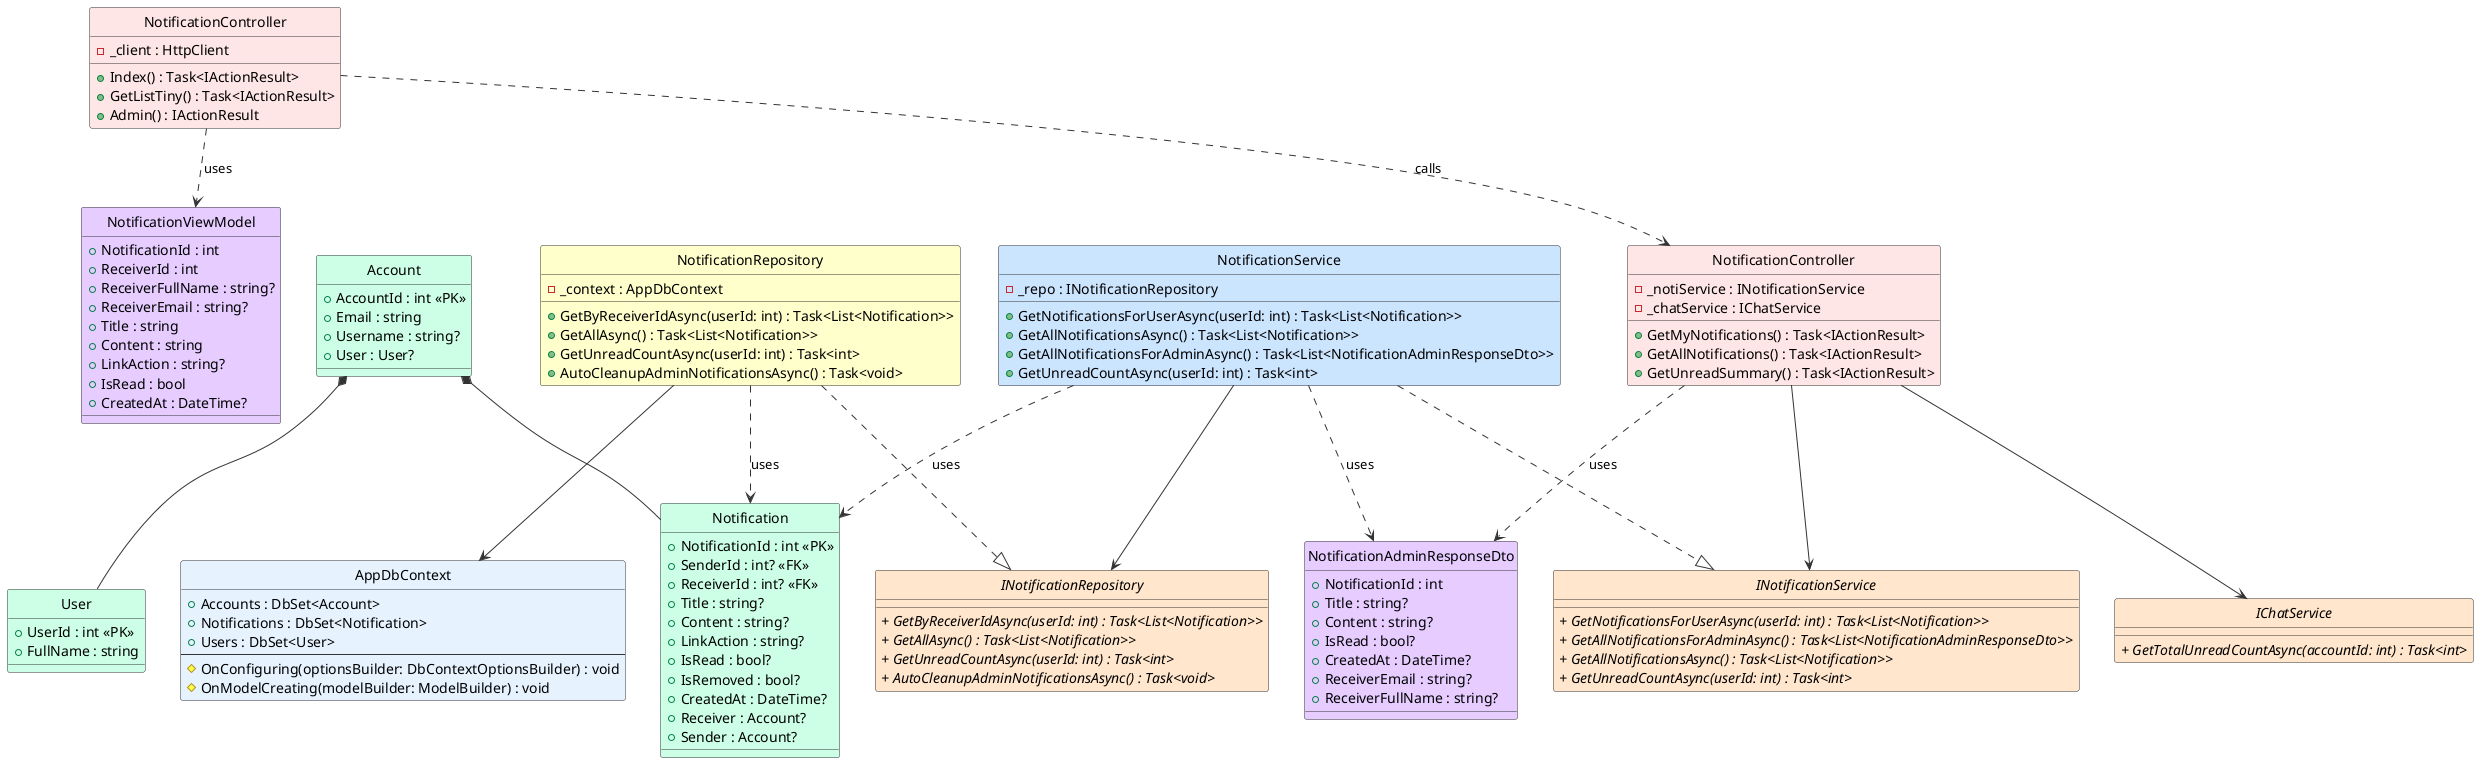
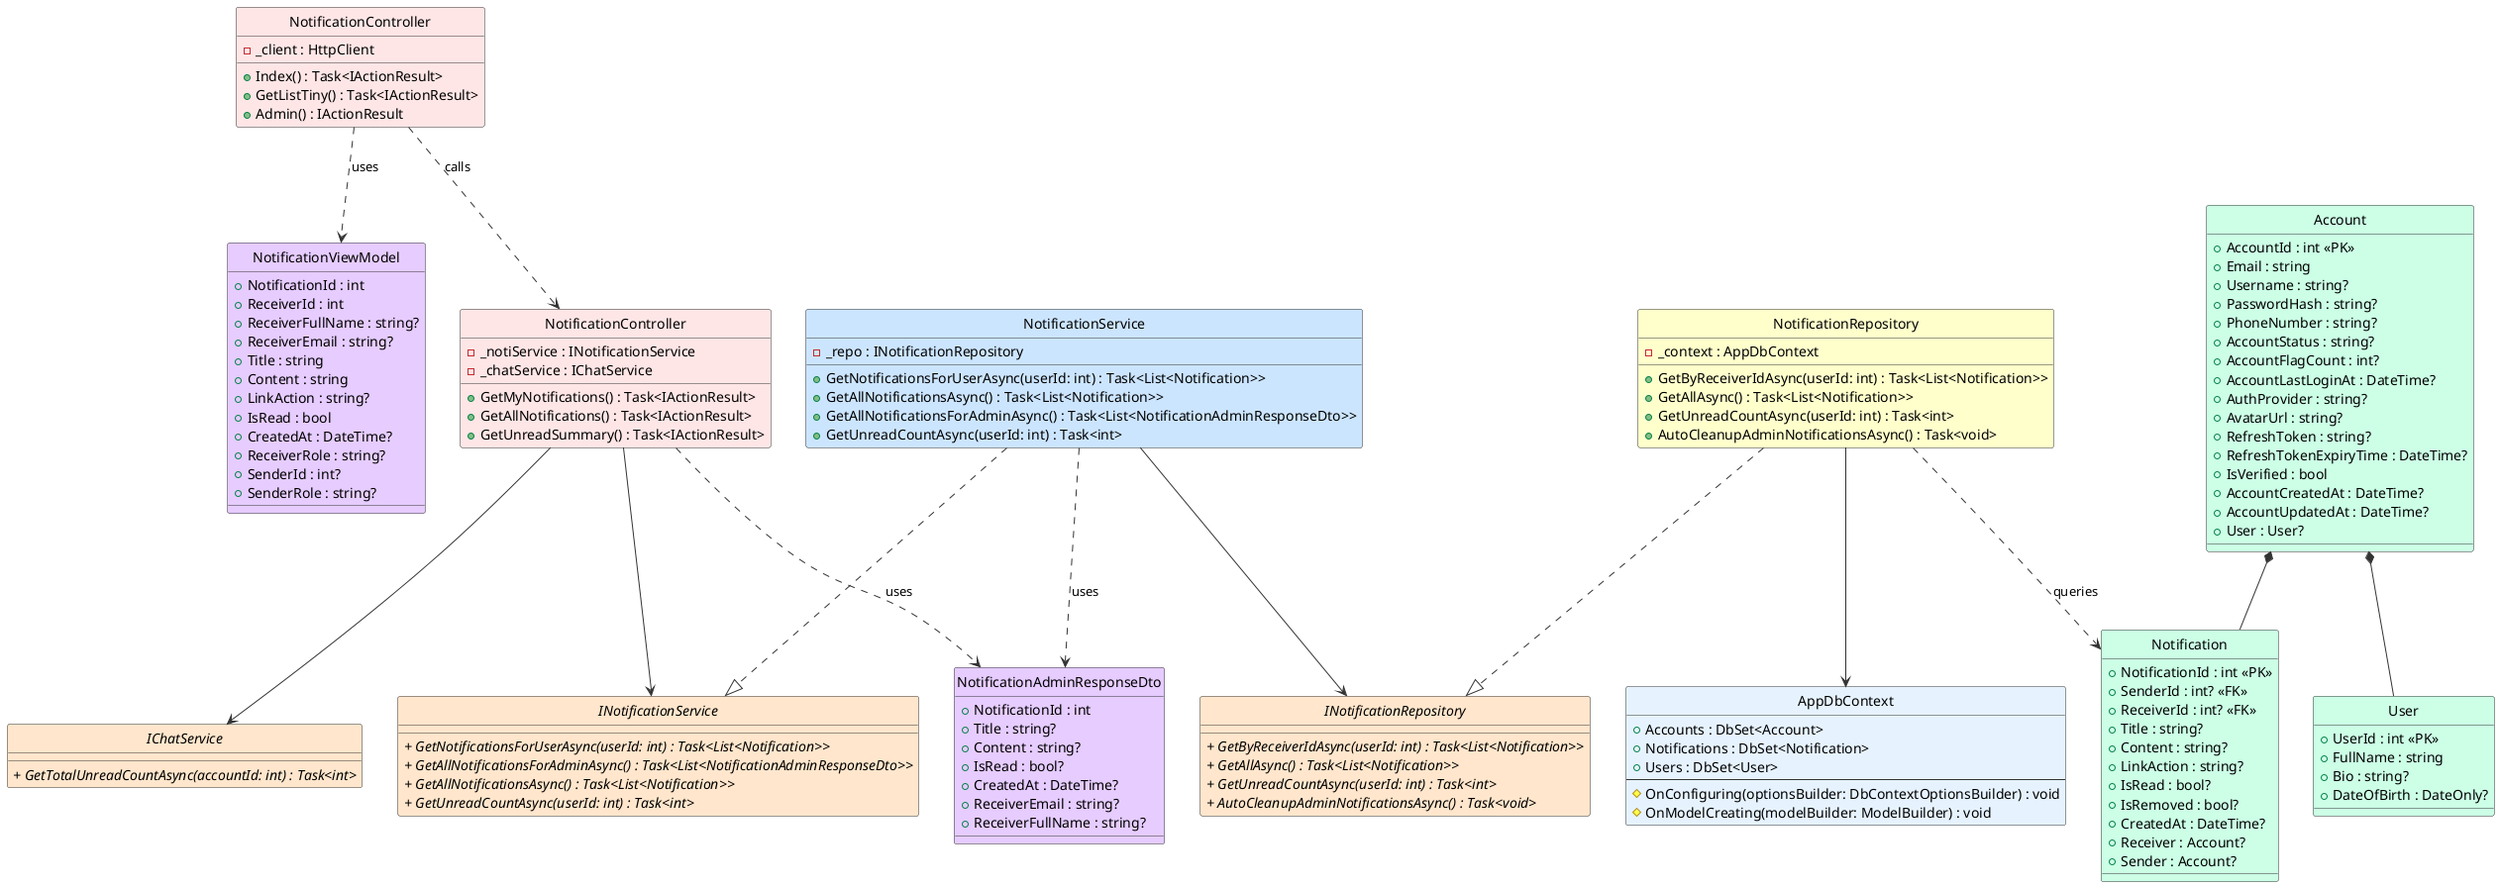
@startuml ViewSystemNotificationList_ClassDiagram

' Styling & Settings
skinparam style strictuml
skinparam shadowing false
skinparam class {
    BackgroundColor White
    BorderColor #1A73E8
    ArrowColor #5F6368
}

!define ABSTRACT_COLOR #FFE6CC
!define SERVICE_COLOR #CCE5FF
!define DTO_COLOR #E6CCFF
!define ENTITY_COLOR #CCFFE6
!define REPOSITORY_COLOR #FFFFCC
!define CONTROLLER_COLOR #FFE6E6
+ !define DbContext #E6F3FF

skinparam backgroundColor #FFFFFF
skinparam classBackgroundColor #F9F9F9
skinparam classBorderColor #333333
skinparam arrowColor #333333

' ==================== FRONTEND ====================

class "NotificationController" as FENotificationController #FFE6E6 {
    - _client : HttpClient
- 
    + Index() : Task<IActionResult>
    + GetListTiny() : Task<IActionResult>
    + Admin() : IActionResult
}

class NotificationViewModel #E6CCFF {
    + NotificationId : int
    + ReceiverId : int
    + ReceiverFullName : string?
    + ReceiverEmail : string?
    + Title : string
    + Content : string
    + LinkAction : string?
    + IsRead : bool
    + CreatedAt : DateTime?
+     + ReceiverRole : string?
+     + SenderId : int?
+     + SenderRole : string?
}

' ==================== BACKEND - CONTROLLER ====================

class "NotificationController" as BENotificationController #FFE6E6 {
    - _notiService : INotificationService
    - _chatService : IChatService
- 
    + GetMyNotifications() : Task<IActionResult>
    + GetAllNotifications() : Task<IActionResult>
    + GetUnreadSummary() : Task<IActionResult>
}

' ==================== BACKEND - DTOs ====================

class NotificationAdminResponseDto #E6CCFF {
    + NotificationId : int
    + Title : string?
    + Content : string?
    + IsRead : bool?
    + CreatedAt : DateTime?
    + ReceiverEmail : string?
    + ReceiverFullName : string?
}

' ==================== BACKEND - DOMAIN ENTITIES ====================

class Notification #CCFFE6 {
    + NotificationId : int <<PK>>
    + SenderId : int? <<FK>>
    + ReceiverId : int? <<FK>>
    + Title : string?
    + Content : string?
    + LinkAction : string?
    + IsRead : bool?
    + IsRemoved : bool?
    + CreatedAt : DateTime?
    + Receiver : Account?
    + Sender : Account?
}

class Account #CCFFE6 {
    + AccountId : int <<PK>>
    + Email : string
    + Username : string?
+     + PasswordHash : string?
+     + PhoneNumber : string?
+     + AccountStatus : string?
+     + AccountFlagCount : int?
+     + AccountLastLoginAt : DateTime?
+     + AuthProvider : string?
+     + AvatarUrl : string?
+     + RefreshToken : string?
+     + RefreshTokenExpiryTime : DateTime?
+     + IsVerified : bool
+     + AccountCreatedAt : DateTime?
+     + AccountUpdatedAt : DateTime?
    + User : User?
}

class User #CCFFE6 {
    + UserId : int <<PK>>
    + FullName : string
+     + Bio : string?
+     + DateOfBirth : DateOnly?
}

' ==================== BACKEND - SERVICE INTERFACES ====================

interface INotificationService #FFE6CC {
    //+ GetNotificationsForUserAsync(userId: int) : Task<List<Notification>>//
    //+ GetAllNotificationsForAdminAsync() : Task<List<NotificationAdminResponseDto>>//
    //+ GetAllNotificationsAsync() : Task<List<Notification>>//
    //+ GetUnreadCountAsync(userId: int) : Task<int>//
}

interface IChatService #FFE6CC {
    //+ GetTotalUnreadCountAsync(accountId: int) : Task<int>//
}

' ==================== BACKEND - REPOSITORY INTERFACES ====================

interface INotificationRepository #FFE6CC {
    //+ GetByReceiverIdAsync(userId: int) : Task<List<Notification>>//
    //+ GetAllAsync() : Task<List<Notification>>//
    //+ GetUnreadCountAsync(userId: int) : Task<int>//
    //+ AutoCleanupAdminNotificationsAsync() : Task<void>//
}

' ==================== BACKEND - SERVICE IMPLEMENTATION ====================

class NotificationService #CCE5FF {
    - _repo : INotificationRepository
- 
    + GetNotificationsForUserAsync(userId: int) : Task<List<Notification>>
    + GetAllNotificationsAsync() : Task<List<Notification>>
    + GetAllNotificationsForAdminAsync() : Task<List<NotificationAdminResponseDto>>
    + GetUnreadCountAsync(userId: int) : Task<int>
}

' ==================== BACKEND - REPOSITORY IMPLEMENTATION ====================

class NotificationRepository #FFFFCC {
    - _context : AppDbContext
- 
    + GetByReceiverIdAsync(userId: int) : Task<List<Notification>>
    + GetAllAsync() : Task<List<Notification>>
    + GetUnreadCountAsync(userId: int) : Task<int>
    + AutoCleanupAdminNotificationsAsync() : Task<void>
}

' ==================== BACKEND - DbContext ====================

class AppDbContext #E6F3FF {
    + Accounts : DbSet<Account>
    + Notifications : DbSet<Notification>
    + Users : DbSet<User>
    ---
    # OnConfiguring(optionsBuilder: DbContextOptionsBuilder) : void
    # OnModelCreating(modelBuilder: ModelBuilder) : void
}

' ==================== RELATIONSHIPS ====================

' === COMPOSITION (filled diamond) ===
Account *-- User
Account *-- Notification

' === UNIDIRECTIONAL ASSOCIATION (solid arrow) ===
BENotificationController --> INotificationService
BENotificationController --> IChatService
NotificationService --> INotificationRepository
+ ' RepositoryImplementation --> AppDbContext
NotificationRepository --> AppDbContext
+ ' Notification -- Account

' === INTERFACE REALIZATION ===
NotificationService ..|> INotificationService
NotificationRepository ..|> INotificationRepository

' === DEPENDENCY (dashed arrows) ===
FENotificationController ..> BENotificationController : calls
FENotificationController ..> NotificationViewModel : uses
BENotificationController ..> NotificationAdminResponseDto : uses
NotificationService ..> NotificationAdminResponseDto : uses
- NotificationService ..> Notification : uses
- NotificationRepository ..> Notification : uses
+ NotificationRepository ..> Notification : queries

@enduml
